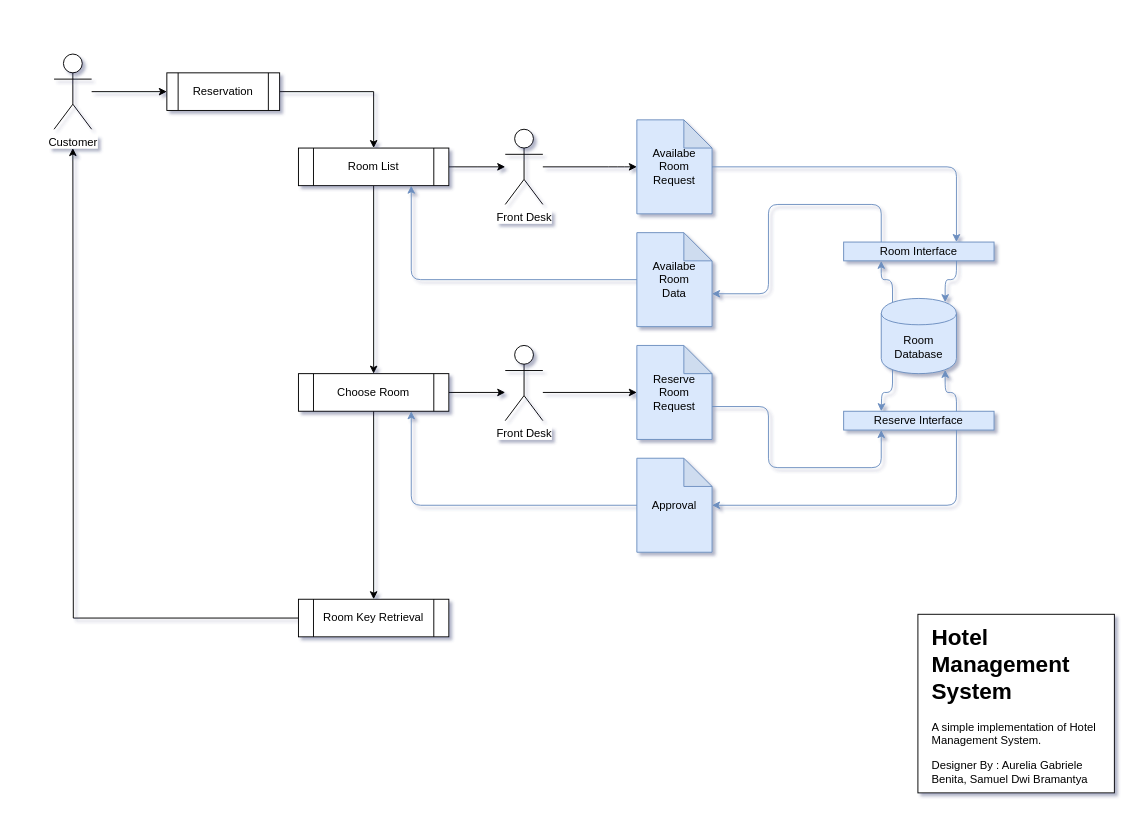
wowotek/ASD-TR-HotelManagement keeps this draw.io diagram as ASD-TR-Management Diagram.drawio. Above is the earlier version. Source tidied: cells renumbered, new cells numbered last; positions are measured from the earlier drawing's top-left corner, leaving out a move shared by most shapes. Both pictures are drawn from the tidied source at 94%, with x=0, y=0 at pixel (54, 54).
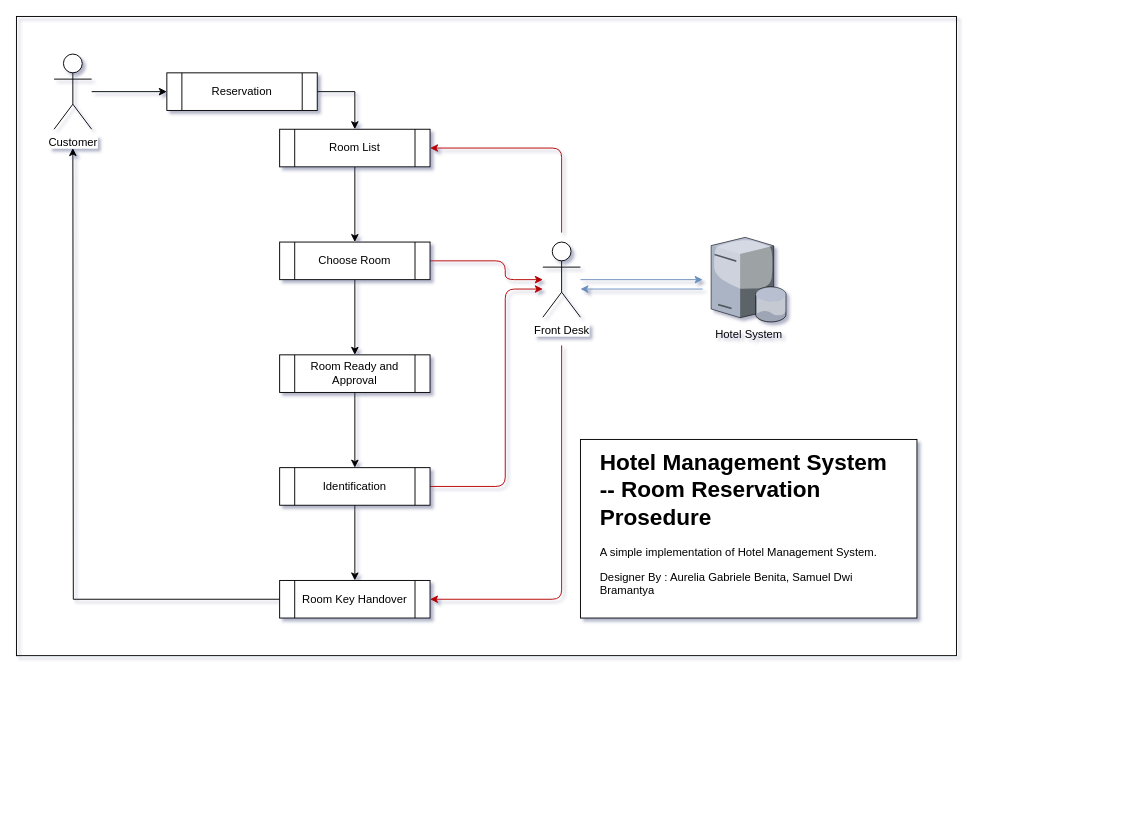
After the change.

The edit, as a diff of the source:
```diff
@@
+    <mxCell id="39" style="rounded=0;whiteSpace=wrap;html=1;fillColor=none;" parent="1" vertex="1">
+      <mxGeometry x="-40" y="-40" width="1000" height="680" as="geometry" />
+    </mxCell>
     <mxCell id="2" style="group;" parent="1" vertex="1">
-      <mxGeometry x="919" y="596" width="209" height="190" as="geometry" />
+      <mxGeometry x="560" y="410" width="358" height="190" as="geometry" />
     </mxCell>
     <mxCell id="3" style="group;shadow=0;" parent="2" vertex="1">
-      <mxGeometry width="209" height="190" as="geometry" />
+      <mxGeometry width="358" height="190" as="geometry" />
     </mxCell>
     <mxCell id="4" style="rounded=0;whiteSpace=wrap;html=1;" parent="3" vertex="1">
-      <mxGeometry width="209" height="190" as="geometry" />
+      <mxGeometry width="358" height="190" as="geometry" />
     </mxCell>
-    <mxCell id="5" value="&lt;h1&gt;Hotel Management System &lt;br&gt;&lt;/h1&gt;&lt;p&gt;A simple implementation of Hotel Management System.&lt;/p&gt;&lt;p&gt;Designer By : Aurelia Gabriele Benita, Samuel Dwi Bramantya&lt;br&gt;&lt;/p&gt;" style="text;html=1;strokeColor=none;fillColor=none;spacing=5;spacingTop=-20;whiteSpace=wrap;overflow=hidden;rounded=0;perimeterSpacing=0;" parent="3" vertex="1">
-      <mxGeometry x="9.5" y="5" width="190" height="180" as="geometry" />
+    <mxCell id="5" value="&lt;h1&gt;Hotel Management System -- Room Reservation Prosedure&lt;br&gt;&lt;/h1&gt;&lt;p&gt;A simple implementation of Hotel Management System.&lt;/p&gt;&lt;p&gt;Designer By : Aurelia Gabriele Benita, Samuel Dwi Bramantya&lt;br&gt;&lt;/p&gt;" style="text;html=1;strokeColor=none;fillColor=none;spacing=5;spacingTop=-20;whiteSpace=wrap;overflow=hidden;rounded=0;perimeterSpacing=0;" parent="3" vertex="1">
+      <mxGeometry x="16.3" y="5" width="325.5" height="180" as="geometry" />
     </mxCell>
@@
     <mxCell id="9" value="Reservation" style="shape=process;whiteSpace=wrap;html=1;backgroundOutline=1;shadow=0;" parent="1" vertex="1">
-      <mxGeometry x="120" y="20" width="120" height="40" as="geometry" />
+      <mxGeometry x="120" y="20" width="160" height="40" as="geometry" />
     </mxCell>
-    <mxCell id="10" value="&lt;div&gt;Room&lt;/div&gt;&lt;div&gt;Database&lt;br&gt;&lt;/div&gt;" style="shape=cylinder;whiteSpace=wrap;html=1;boundedLbl=1;backgroundOutline=1;fillColor=#dae8fc;strokeColor=#6c8ebf;" parent="1" vertex="1">
-      <mxGeometry x="880" y="260" width="80" height="80" as="geometry" />
-    </mxCell>
-    <mxCell id="11" style="edgeStyle=orthogonalEdgeStyle;rounded=0;jettySize=auto;html=1;exitX=1;exitY=0.5;exitDx=0;exitDy=0;" parent="1" edge="1" source="13">
-      <mxGeometry relative="1" as="geometry">
-        <mxPoint x="480" y="120" as="targetPoint" />
-      </mxGeometry>
-    </mxCell>
@@
     <mxCell id="13" value="Room List" style="shape=process;whiteSpace=wrap;html=1;backgroundOutline=1;shadow=0;" parent="1" vertex="1">
-      <mxGeometry x="260" y="100" width="160" height="40" as="geometry" />
+      <mxGeometry x="240" y="80" width="160" height="40" as="geometry" />
     </mxCell>
+    <mxCell id="40" style="edgeStyle=orthogonalEdgeStyle;rounded=1;jettySize=auto;html=1;strokeColor=#B80000;entryX=1;entryY=0.5;entryDx=0;entryDy=0;" parent="1" edge="1" target="38">
+      <mxGeometry relative="1" as="geometry">
+        <mxPoint x="540" y="310" as="sourcePoint" />
+        <Array as="points">
+          <mxPoint x="540" y="580" />
+        </Array>
+      </mxGeometry>
+    </mxCell>
+    <mxCell id="41" style="edgeStyle=orthogonalEdgeStyle;rounded=1;jettySize=auto;html=1;entryX=1;entryY=0.5;entryDx=0;entryDy=0;strokeColor=#B80000;" parent="1" edge="1" target="13">
+      <mxGeometry relative="1" as="geometry">
+        <mxPoint x="540" y="190" as="sourcePoint" />
+        <Array as="points">
+          <mxPoint x="540" y="100" />
+        </Array>
+      </mxGeometry>
+    </mxCell>
     <mxCell id="14" value="Front Desk" style="shape=umlActor;verticalLabelPosition=bottom;labelBackgroundColor=#ffffff;verticalAlign=top;html=1;shadow=0;" parent="1" vertex="1">
-      <mxGeometry x="480" y="80" width="40" height="80" as="geometry" />
+      <mxGeometry x="520" y="200" width="40" height="80" as="geometry" />
     </mxCell>
-    <mxCell id="15" value="&lt;div&gt;Availabe&lt;/div&gt;&lt;div&gt;Room&lt;/div&gt;&lt;div&gt;Request&lt;br&gt;&lt;/div&gt;" style="shape=note;whiteSpace=wrap;html=1;backgroundOutline=1;darkOpacity=0.05;fillColor=#dae8fc;strokeColor=#6c8ebf;" parent="1" vertex="1">
-      <mxGeometry x="620" y="70" width="80" height="100" as="geometry" />
-    </mxCell>
-    <mxCell id="16" value="&lt;div&gt;Reserve&lt;/div&gt;&lt;div&gt;Room&lt;/div&gt;&lt;div&gt;Request&lt;br&gt;&lt;/div&gt;" style="shape=note;whiteSpace=wrap;html=1;backgroundOutline=1;darkOpacity=0.05;fillColor=#dae8fc;strokeColor=#6c8ebf;" parent="1" vertex="1">
-      <mxGeometry x="620" y="310" width="80" height="100" as="geometry" />
-    </mxCell>
-    <mxCell id="17" style="endArrow=classic;html=1;entryX=0;entryY=0.5;entryDx=0;entryDy=0;entryPerimeter=0;edgeStyle=orthogonalEdgeStyle;" parent="1" edge="1" target="15">
-      <mxGeometry relative="1" as="geometry">
-        <mxPoint x="520" y="120" as="sourcePoint" />
-        <Array as="points">
-          <mxPoint x="600" y="120" />
-          <mxPoint x="600" y="120" />
-        </Array>
-      </mxGeometry>
-    </mxCell>
-    <mxCell id="18" value="&lt;div&gt;Availabe&lt;/div&gt;&lt;div&gt;Room&lt;/div&gt;&lt;div&gt;Data&lt;br&gt;&lt;/div&gt;" style="shape=note;whiteSpace=wrap;html=1;backgroundOutline=1;darkOpacity=0.05;fillColor=#dae8fc;strokeColor=#6c8ebf;" parent="1" vertex="1">
-      <mxGeometry x="620" y="190" width="80" height="100" as="geometry" />
-    </mxCell>
-    <mxCell id="19" value="Front Desk" style="shape=umlActor;verticalLabelPosition=bottom;labelBackgroundColor=#ffffff;verticalAlign=top;html=1;shadow=0;" parent="1" vertex="1">
-      <mxGeometry x="480" y="310" width="40" height="80" as="geometry" />
-    </mxCell>
-    <mxCell id="20" value="&lt;div&gt;Approval&lt;/div&gt;" style="shape=note;whiteSpace=wrap;html=1;backgroundOutline=1;darkOpacity=0.05;fillColor=#dae8fc;strokeColor=#6c8ebf;" parent="1" vertex="1">
-      <mxGeometry x="620" y="430" width="80" height="100" as="geometry" />
-    </mxCell>
-    <mxCell id="21" value="Reserve Interface" style="rounded=0;whiteSpace=wrap;html=1;fillColor=#dae8fc;strokeColor=#6c8ebf;" parent="1" vertex="1">
-      <mxGeometry x="840" y="380" width="160" height="20" as="geometry" />
-    </mxCell>
-    <mxCell id="22" value="Room Interface" style="rounded=0;whiteSpace=wrap;html=1;fillColor=#dae8fc;strokeColor=#6c8ebf;" parent="1" vertex="1">
-      <mxGeometry x="840" y="200" width="160" height="20" as="geometry" />
-    </mxCell>
-    <mxCell id="23" style="endArrow=classic;html=1;exitX=0.15;exitY=0.95;exitDx=0;exitDy=0;exitPerimeter=0;edgeStyle=orthogonalEdgeStyle;fillColor=#dae8fc;strokeColor=#6c8ebf;" parent="1" edge="1" source="10">
-      <mxGeometry relative="1" as="geometry">
-        <mxPoint x="880" y="380" as="targetPoint" />
-      </mxGeometry>
-    </mxCell>
-    <mxCell id="24" style="endArrow=classic;html=1;exitX=0.75;exitY=0;exitDx=0;exitDy=0;entryX=0.85;entryY=0.95;entryDx=0;entryDy=0;entryPerimeter=0;edgeStyle=orthogonalEdgeStyle;fillColor=#dae8fc;strokeColor=#6c8ebf;" parent="1" edge="1" source="21" target="10">
-      <mxGeometry relative="1" as="geometry" />
-    </mxCell>
-    <mxCell id="25" style="endArrow=classic;html=1;exitX=0.15;exitY=0.05;exitDx=0;exitDy=0;exitPerimeter=0;entryX=0.25;entryY=1;entryDx=0;entryDy=0;edgeStyle=orthogonalEdgeStyle;fillColor=#dae8fc;strokeColor=#6c8ebf;" parent="1" edge="1" source="10" target="22">
-      <mxGeometry relative="1" as="geometry" />
-    </mxCell>
-    <mxCell id="26" style="endArrow=classic;html=1;entryX=0.85;entryY=0.05;entryDx=0;entryDy=0;entryPerimeter=0;exitX=0.75;exitY=1;exitDx=0;exitDy=0;edgeStyle=orthogonalEdgeStyle;fillColor=#dae8fc;strokeColor=#6c8ebf;" parent="1" edge="1" source="22" target="10">
-      <mxGeometry relative="1" as="geometry" />
-    </mxCell>
-    <mxCell id="27" style="endArrow=classic;html=1;exitX=0.25;exitY=0;exitDx=0;exitDy=0;entryX=0;entryY=0;entryDx=80;entryDy=65;entryPerimeter=0;edgeStyle=orthogonalEdgeStyle;fillColor=#dae8fc;strokeColor=#6c8ebf;" parent="1" edge="1" source="22" target="18">
-      <mxGeometry relative="1" as="geometry">
-        <Array as="points">
-          <mxPoint x="880" y="160" />
-          <mxPoint x="760" y="160" />
-          <mxPoint x="760" y="255" />
-        </Array>
-      </mxGeometry>
-    </mxCell>
-    <mxCell id="28" style="endArrow=classic;html=1;exitX=0;exitY=0.5;exitDx=0;exitDy=0;exitPerimeter=0;entryX=0.75;entryY=1;entryDx=0;entryDy=0;edgeStyle=orthogonalEdgeStyle;fillColor=#dae8fc;strokeColor=#6c8ebf;" parent="1" edge="1" source="18" target="13">
-      <mxGeometry relative="1" as="geometry" />
-    </mxCell>
-    <mxCell id="29" style="endArrow=classic;html=1;entryX=0;entryY=0.5;entryDx=0;entryDy=0;entryPerimeter=0;" parent="1" edge="1" target="16">
-      <mxGeometry relative="1" as="geometry">
-        <mxPoint x="520" y="360" as="sourcePoint" />
-      </mxGeometry>
-    </mxCell>
-    <mxCell id="30" style="endArrow=classic;html=1;entryX=0.75;entryY=0;entryDx=0;entryDy=0;edgeStyle=orthogonalEdgeStyle;fillColor=#dae8fc;strokeColor=#6c8ebf;" parent="1" edge="1" source="15" target="22">
-      <mxGeometry relative="1" as="geometry">
-        <Array as="points">
-          <mxPoint x="960" y="120" />
-        </Array>
-      </mxGeometry>
-    </mxCell>
-    <mxCell id="31" style="endArrow=classic;html=1;exitX=0;exitY=0;exitDx=80;exitDy=65;exitPerimeter=0;entryX=0.25;entryY=1;entryDx=0;entryDy=0;edgeStyle=orthogonalEdgeStyle;fillColor=#dae8fc;strokeColor=#6c8ebf;" parent="1" edge="1" source="16" target="21">
-      <mxGeometry relative="1" as="geometry">
-        <Array as="points">
-          <mxPoint x="760" y="375" />
-          <mxPoint x="760" y="440" />
-          <mxPoint x="880" y="440" />
-        </Array>
-      </mxGeometry>
-    </mxCell>
-    <mxCell id="32" style="endArrow=classic;html=1;exitX=0.75;exitY=1;exitDx=0;exitDy=0;edgeStyle=orthogonalEdgeStyle;fillColor=#dae8fc;strokeColor=#6c8ebf;" parent="1" edge="1" source="21">
-      <mxGeometry relative="1" as="geometry">
-        <mxPoint x="700" y="480" as="targetPoint" />
-        <Array as="points">
-          <mxPoint x="960" y="480" />
-          <mxPoint x="700" y="480" />
-        </Array>
-      </mxGeometry>
-    </mxCell>
-    <mxCell id="33" style="edgeStyle=orthogonalEdgeStyle;rounded=0;jettySize=auto;html=1;exitX=1;exitY=0.5;exitDx=0;exitDy=0;startArrow=none;startFill=0;endArrow=classic;endFill=1;" parent="1" edge="1" source="35">
-      <mxGeometry relative="1" as="geometry">
-        <mxPoint x="480" y="360" as="targetPoint" />
-      </mxGeometry>
-    </mxCell>
-    <mxCell id="34" style="edgeStyle=orthogonalEdgeStyle;rounded=0;jettySize=auto;html=1;exitX=0.5;exitY=1;exitDx=0;exitDy=0;entryX=0.5;entryY=0;entryDx=0;entryDy=0;startArrow=none;startFill=0;endArrow=classic;endFill=1;" parent="1" edge="1" source="35" target="38">
-      <mxGeometry relative="1" as="geometry" />
-    </mxCell>
+    <mxCell id="42" style="edgeStyle=orthogonalEdgeStyle;rounded=1;jettySize=auto;html=1;exitX=0.5;exitY=1;exitDx=0;exitDy=0;entryX=0.5;entryY=0;entryDx=0;entryDy=0;" parent="1" edge="1" source="35" target="45">
+      <mxGeometry relative="1" as="geometry" />
+    </mxCell>
+    <mxCell id="43" style="edgeStyle=orthogonalEdgeStyle;rounded=1;jettySize=auto;html=1;exitX=1;exitY=0.5;exitDx=0;exitDy=0;strokeColor=#B80000;" parent="1" edge="1" source="35">
+      <mxGeometry relative="1" as="geometry">
+        <mxPoint x="520" y="240" as="targetPoint" />
+        <Array as="points">
+          <mxPoint x="480" y="220" />
+          <mxPoint x="480" y="240" />
+        </Array>
+      </mxGeometry>
+    </mxCell>
     <mxCell id="35" value="Choose Room" style="shape=process;whiteSpace=wrap;html=1;backgroundOutline=1;shadow=0;" parent="1" vertex="1">
-      <mxGeometry x="260" y="340" width="160" height="40" as="geometry" />
+      <mxGeometry x="240" y="200" width="160" height="40" as="geometry" />
     </mxCell>
-    <mxCell id="36" style="endArrow=classic;html=1;entryX=0.75;entryY=1;entryDx=0;entryDy=0;exitX=0;exitY=0.5;exitDx=0;exitDy=0;exitPerimeter=0;edgeStyle=orthogonalEdgeStyle;fillColor=#dae8fc;strokeColor=#6c8ebf;" parent="1" edge="1" source="20" target="35">
-      <mxGeometry relative="1" as="geometry" />
-    </mxCell>
@@
-    <mxCell id="38" value="&lt;div&gt;Room Key Retrieval&lt;/div&gt;" style="shape=process;whiteSpace=wrap;html=1;backgroundOutline=1;shadow=0;" parent="1" vertex="1">
-      <mxGeometry x="260" y="580" width="160" height="40" as="geometry" />
+    <mxCell id="38" value="&lt;div&gt;Room Key Handover&lt;br&gt;&lt;/div&gt;" style="shape=process;whiteSpace=wrap;html=1;backgroundOutline=1;shadow=0;" parent="1" vertex="1">
+      <mxGeometry x="240" y="560" width="160" height="40" as="geometry" />
     </mxCell>
+    <mxCell id="44" style="edgeStyle=orthogonalEdgeStyle;rounded=1;jettySize=auto;html=1;exitX=0.5;exitY=1;exitDx=0;exitDy=0;entryX=0.5;entryY=0;entryDx=0;entryDy=0;" parent="1" edge="1" source="45" target="48">
+      <mxGeometry relative="1" as="geometry" />
+    </mxCell>
+    <mxCell id="45" value="Room Ready and Approval" style="shape=process;whiteSpace=wrap;html=1;backgroundOutline=1;shadow=0;" parent="1" vertex="1">
+      <mxGeometry x="240" y="320" width="160" height="40" as="geometry" />
+    </mxCell>
+    <mxCell id="46" style="edgeStyle=orthogonalEdgeStyle;rounded=1;jettySize=auto;html=1;exitX=0.5;exitY=1;exitDx=0;exitDy=0;entryX=0.5;entryY=0;entryDx=0;entryDy=0;" parent="1" edge="1" source="48" target="38">
+      <mxGeometry relative="1" as="geometry" />
+    </mxCell>
+    <mxCell id="47" style="edgeStyle=orthogonalEdgeStyle;rounded=1;jettySize=auto;html=1;exitX=1;exitY=0.5;exitDx=0;exitDy=0;strokeColor=#B80000;" parent="1" edge="1" source="48">
+      <mxGeometry relative="1" as="geometry">
+        <mxPoint x="520" y="250" as="targetPoint" />
+        <Array as="points">
+          <mxPoint x="480" y="460" />
+          <mxPoint x="480" y="250" />
+        </Array>
+      </mxGeometry>
+    </mxCell>
+    <mxCell id="48" value="&lt;div&gt;Identification&lt;/div&gt;" style="shape=process;whiteSpace=wrap;html=1;backgroundOutline=1;shadow=0;" parent="1" vertex="1">
+      <mxGeometry x="240" y="440" width="160" height="40" as="geometry" />
+    </mxCell>
+    <mxCell id="49" value="Hotel System" style="verticalLabelPosition=bottom;html=1;verticalAlign=top;strokeColor=none;align=center;shape=mxgraph.citrix.database_server;" parent="1" vertex="1">
+      <mxGeometry x="699" y="195" width="80" height="90" as="geometry" />
+    </mxCell>
+    <mxCell id="50" style="endArrow=classic;html=1;strokeColor=#6c8ebf;fillColor=#dae8fc;" parent="1" edge="1">
+      <mxGeometry relative="1" as="geometry">
+        <mxPoint x="560" y="240" as="sourcePoint" />
+        <mxPoint x="690" y="240" as="targetPoint" />
+      </mxGeometry>
+    </mxCell>
+    <mxCell id="51" style="endArrow=classic;html=1;strokeColor=#6c8ebf;fillColor=#dae8fc;" parent="1" edge="1">
+      <mxGeometry relative="1" as="geometry">
+        <mxPoint x="690" y="250" as="sourcePoint" />
+        <mxPoint x="560" y="250" as="targetPoint" />
+      </mxGeometry>
+    </mxCell>
```
